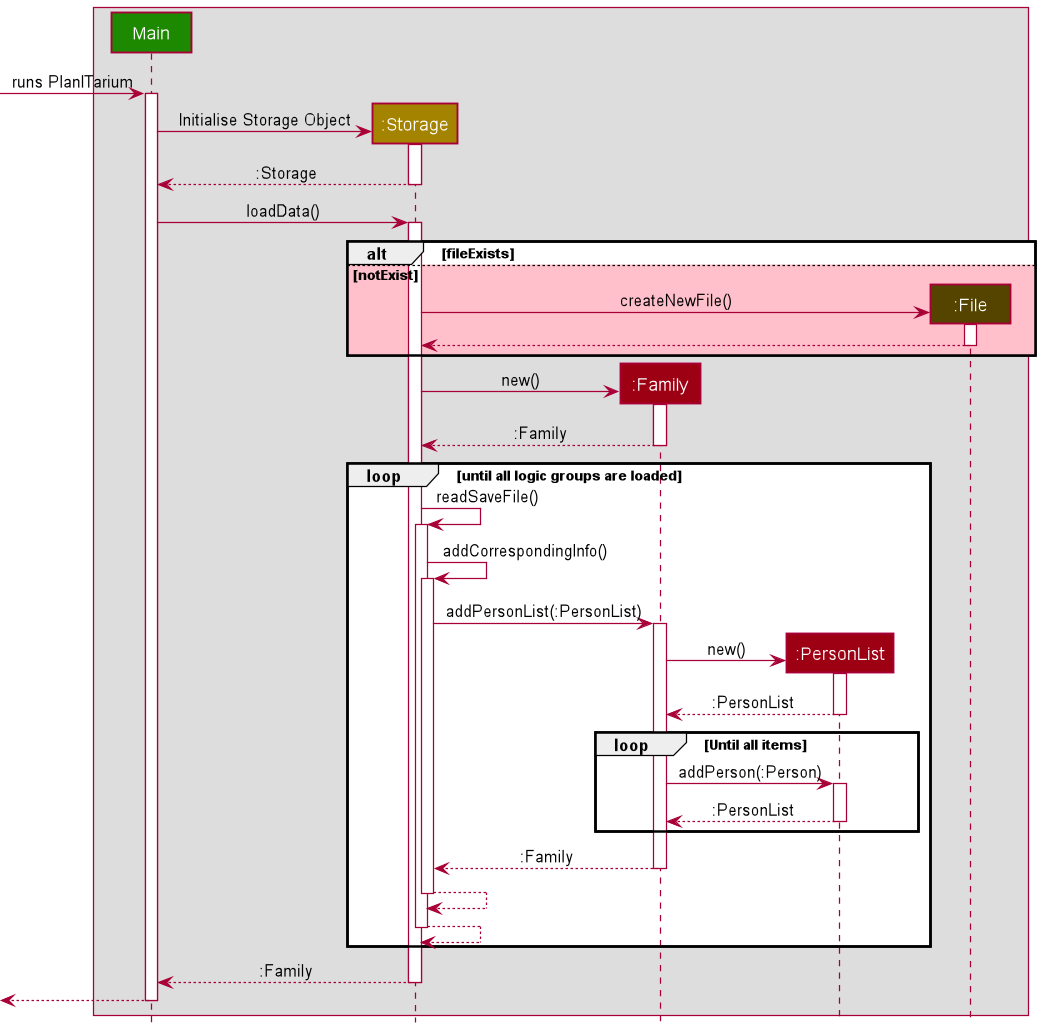
This is docs/images/StorageLoadSequence.png from nus-cs2113-AY2122S2/tp, a PlantUML export, as it was before one commit. Its source is kept beside it as docs/diagrams/StorageLoadSequence.puml.
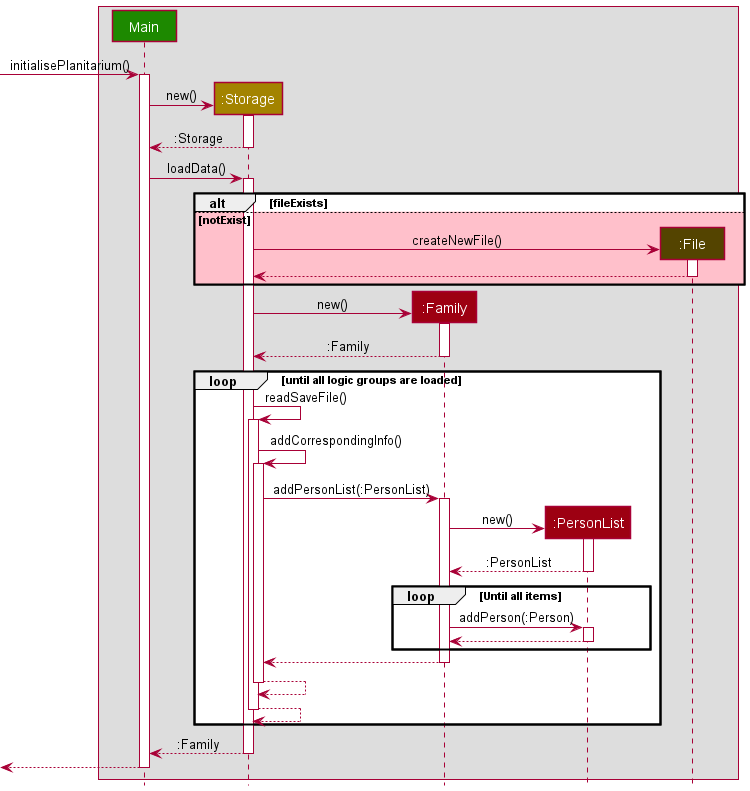
Later version of the same file.

What changed in the source:
```diff
@@ -11,10 +11,10 @@
 
 
 
--> Main: runs PlanITarium
+-> Main: initialisePlanitarium()
 activate Main
 create Storage
-Main -> Storage: Initialise Storage Object
+Main -> Storage: new()
 activate Storage
 Storage --> Main: :Storage
 deactivate Storage
@@ -48,10 +48,10 @@
     loop Until all items
         Family -> PersonList: addPerson(:Person)
         activate PersonList
-        PersonList --> Family: :PersonList
+        PersonList --> Family
         deactivate PersonList
     end
-    Family --> Storage: :Family
+    Family --> Storage:
     deactivate Family
     Storage --> Storage
     deactivate Storage
```
